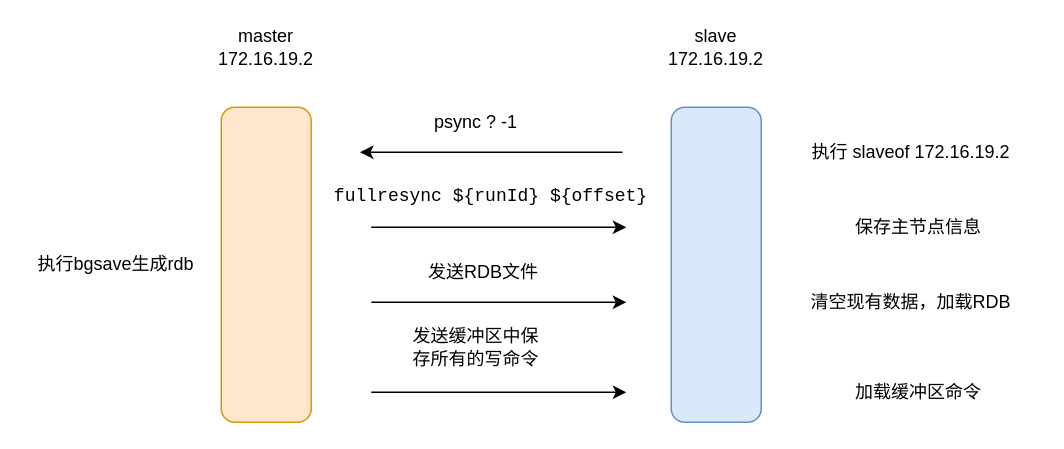
Above: redis/主从全量同步过程.drawio in erlieStar/diagrams (draw.io), before the change. Source tidied: cells renumbered, new cells numbered last; positions are measured from the earlier drawing's top-left corner, leaving out a move shared by most shapes. Both pictures are drawn from the tidied source at 150%, with x=0, y=0 at pixel (26, 32).
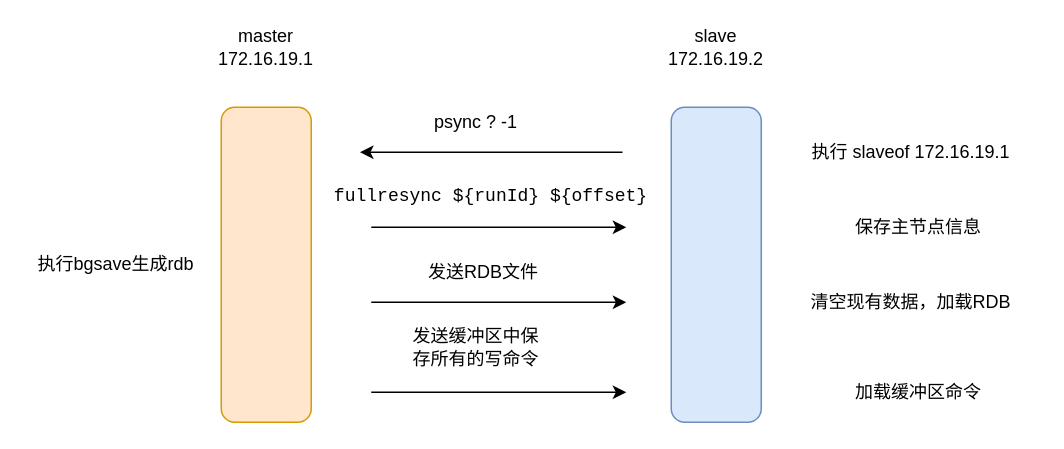
After the change.

Commit message (it also covers changes not shown here):
Update 主从全量同步过程.drawio

Change to the diagram source:
```diff
@@
-    <mxCell id="13" value="master&lt;br&gt;172.16.19.2" style="text;html=1;strokeColor=none;fillColor=none;align=center;verticalAlign=middle;whiteSpace=wrap;rounded=0;" parent="1" vertex="1">
+    <mxCell id="13" value="master&lt;br&gt;172.16.19.1" style="text;html=1;strokeColor=none;fillColor=none;align=center;verticalAlign=middle;whiteSpace=wrap;rounded=0;" parent="1" vertex="1">
       <mxGeometry x="140" width="40" height="20" as="geometry" />
     </mxCell>
@@
-    <mxCell id="15" value="执行 slaveof 172.16.19.2" style="text;html=1;strokeColor=none;fillColor=none;align=center;verticalAlign=middle;whiteSpace=wrap;rounded=0;" parent="1" vertex="1">
+    <mxCell id="15" value="执行 slaveof 172.16.19.1" style="text;html=1;strokeColor=none;fillColor=none;align=center;verticalAlign=middle;whiteSpace=wrap;rounded=0;" parent="1" vertex="1">
       <mxGeometry x="510" y="70" width="160" height="20" as="geometry" />
     </mxCell>
```
